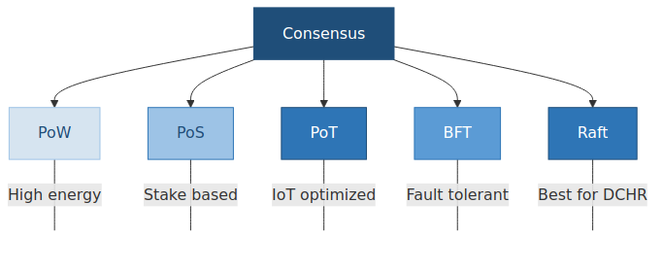
This is images/fig_consensus_comparison.png from linhh011202/iot-interim, a Mermaid export, as it was before one commit. Its source is kept beside it as diagrams/fig_consensus_comparison.mmd.
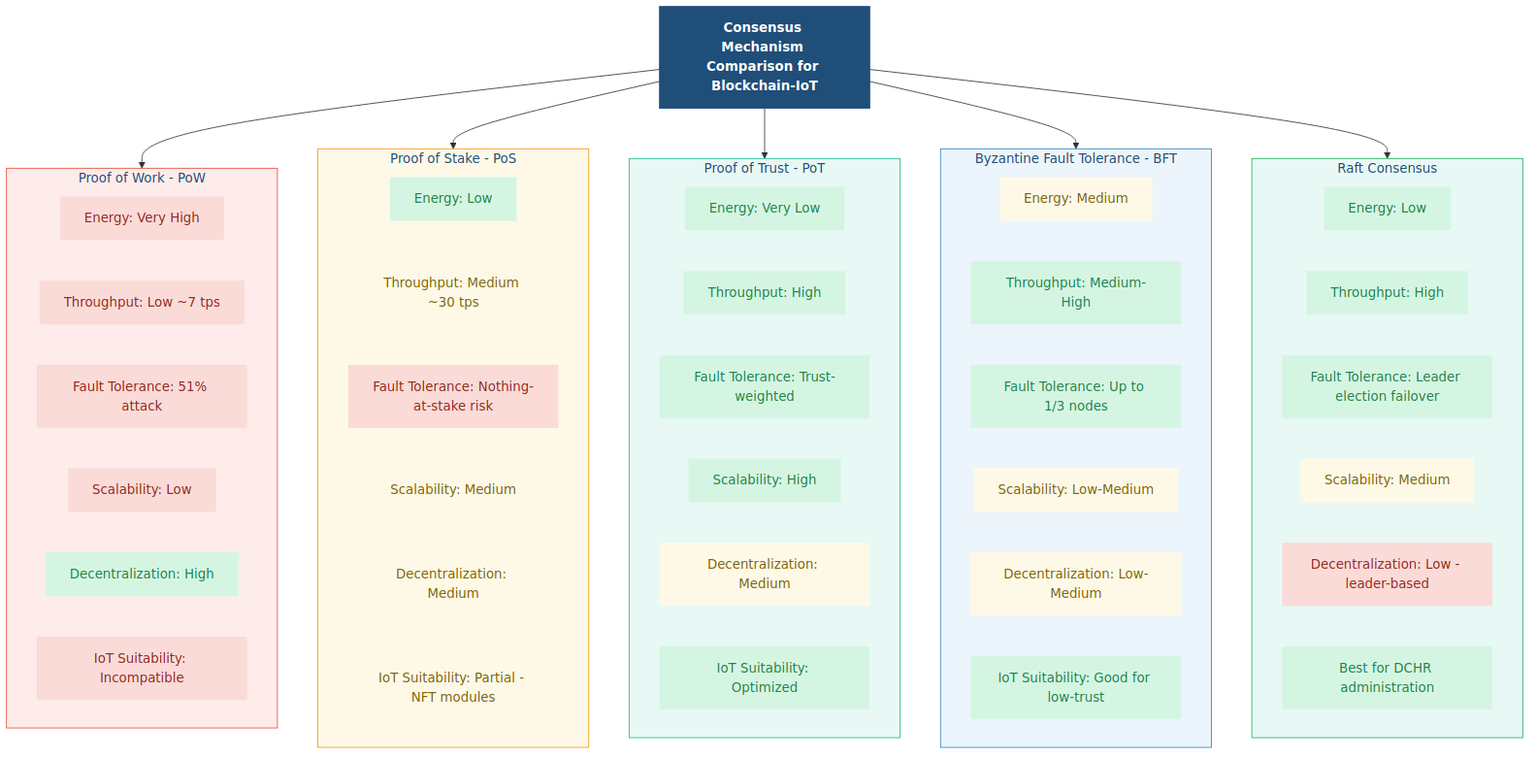
Above is the later version.

Commit message:
Enhance diagram conversion and update consensus comparison

What changed in the source:
```diff
@@ -1,25 +1,95 @@
 graph TB
-    C["Consensus"]
-    C --> POW["PoW"]
-    C --> POS["PoS"]
-    C --> POT["PoT"]
-    C --> BFT["BFT"]
-    C --> RAFT["Raft"]
+    Title["Consensus Mechanism Comparison for Blockchain-IoT"]
 
-    POW ---|"High energy"| X1[" "]
-    POS ---|"Stake based"| X2[" "]
-    POT ---|"IoT optimized"| X3[" "]
-    BFT ---|"Fault tolerant"| X4[" "]
-    RAFT ---|"Best for DCHR"| X5[" "]
+    subgraph POW_G["Proof of Work - PoW"]
+        POW_E["Energy: Very High"]
+        POW_T["Throughput: Low ~7 tps"]
+        POW_F["Fault Tolerance: 51% attack"]
+        POW_S["Scalability: Low"]
+        POW_D["Decentralization: High"]
+        POW_IoT["IoT Suitability: Incompatible"]
+    end
 
-    style C fill:#1F4E79,color:#fff,stroke:#1F4E79
-    style POW fill:#D6E4F0,color:#1F4E79,stroke:#9DC3E6
-    style POS fill:#9DC3E6,color:#1F4E79,stroke:#2E75B6
-    style POT fill:#2E75B6,color:#fff,stroke:#1F4E79
-    style BFT fill:#5B9BD5,color:#fff,stroke:#2E75B6
-    style RAFT fill:#2E75B6,color:#fff,stroke:#1F4E79
-    style X1 fill:none,stroke:none
-    style X2 fill:none,stroke:none
-    style X3 fill:none,stroke:none
-    style X4 fill:none,stroke:none
-    style X5 fill:none,stroke:none
+    subgraph POS_G["Proof of Stake - PoS"]
+        POS_E["Energy: Low"]
+        POS_T["Throughput: Medium ~30 tps"]
+        POS_F["Fault Tolerance: Nothing-at-stake risk"]
+        POS_S["Scalability: Medium"]
+        POS_D["Decentralization: Medium"]
+        POS_IoT["IoT Suitability: Partial - NFT modules"]
+    end
+
+    subgraph POT_G["Proof of Trust - PoT"]
+        POT_E["Energy: Very Low"]
+        POT_T["Throughput: High"]
+        POT_F["Fault Tolerance: Trust-weighted"]
+        POT_S["Scalability: High"]
+        POT_D["Decentralization: Medium"]
+        POT_IoT["IoT Suitability: Optimized"]
+    end
+
+    subgraph BFT_G["Byzantine Fault Tolerance - BFT"]
+        BFT_E["Energy: Medium"]
+        BFT_T["Throughput: Medium-High"]
+        BFT_F["Fault Tolerance: Up to 1/3 nodes"]
+        BFT_S["Scalability: Low-Medium"]
+        BFT_D["Decentralization: Low-Medium"]
+        BFT_IoT["IoT Suitability: Good for low-trust"]
+    end
+
+    subgraph RAFT_G["Raft Consensus"]
+        RAFT_E["Energy: Low"]
+        RAFT_T["Throughput: High"]
+        RAFT_F["Fault Tolerance: Leader election failover"]
+        RAFT_S["Scalability: Medium"]
+        RAFT_D["Decentralization: Low - leader-based"]
+        RAFT_IoT["Best for DCHR administration"]
+    end
+
+    Title --> POW_G
+    Title --> POS_G
+    Title --> POT_G
+    Title --> BFT_G
+    Title --> RAFT_G
+
+    style Title fill:#1F4E79,color:#fff,stroke:#1F4E79,font-weight:bold
+    style POW_G fill:#FDECEA,color:#1F4E79,stroke:#E74C3C
+    style POS_G fill:#FEF9E7,color:#1F4E79,stroke:#F39C12
+    style POT_G fill:#E8F8F5,color:#1F4E79,stroke:#1ABC9C
+    style BFT_G fill:#EBF5FB,color:#1F4E79,stroke:#2E86C1
+    style RAFT_G fill:#E8F8F5,color:#1F4E79,stroke:#27AE60
+
+    style POW_E fill:#FADBD8,color:#922B21,stroke:none
+    style POW_T fill:#FADBD8,color:#922B21,stroke:none
+    style POW_F fill:#FADBD8,color:#922B21,stroke:none
+    style POW_S fill:#FADBD8,color:#922B21,stroke:none
+    style POW_D fill:#D5F5E3,color:#1E8449,stroke:none
+    style POW_IoT fill:#FADBD8,color:#922B21,stroke:none
+
+    style POS_E fill:#D5F5E3,color:#1E8449,stroke:none
+    style POS_T fill:#FEF9E7,color:#7D6608,stroke:none
+    style POS_F fill:#FADBD8,color:#922B21,stroke:none
+    style POS_S fill:#FEF9E7,color:#7D6608,stroke:none
+    style POS_D fill:#FEF9E7,color:#7D6608,stroke:none
+    style POS_IoT fill:#FEF9E7,color:#7D6608,stroke:none
+
+    style POT_E fill:#D5F5E3,color:#1E8449,stroke:none
+    style POT_T fill:#D5F5E3,color:#1E8449,stroke:none
+    style POT_F fill:#D5F5E3,color:#1E8449,stroke:none
+    style POT_S fill:#D5F5E3,color:#1E8449,stroke:none
+    style POT_D fill:#FEF9E7,color:#7D6608,stroke:none
+    style POT_IoT fill:#D5F5E3,color:#1E8449,stroke:none
+
+    style BFT_E fill:#FEF9E7,color:#7D6608,stroke:none
+    style BFT_T fill:#D5F5E3,color:#1E8449,stroke:none
+    style BFT_F fill:#D5F5E3,color:#1E8449,stroke:none
+    style BFT_S fill:#FEF9E7,color:#7D6608,stroke:none
+    style BFT_D fill:#FEF9E7,color:#7D6608,stroke:none
+    style BFT_IoT fill:#D5F5E3,color:#1E8449,stroke:none
+
+    style RAFT_E fill:#D5F5E3,color:#1E8449,stroke:none
+    style RAFT_T fill:#D5F5E3,color:#1E8449,stroke:none
+    style RAFT_F fill:#D5F5E3,color:#1E8449,stroke:none
+    style RAFT_S fill:#FEF9E7,color:#7D6608,stroke:none
+    style RAFT_D fill:#FADBD8,color:#922B21,stroke:none
+    style RAFT_IoT fill:#D5F5E3,color:#1E8449,stroke:none
```
